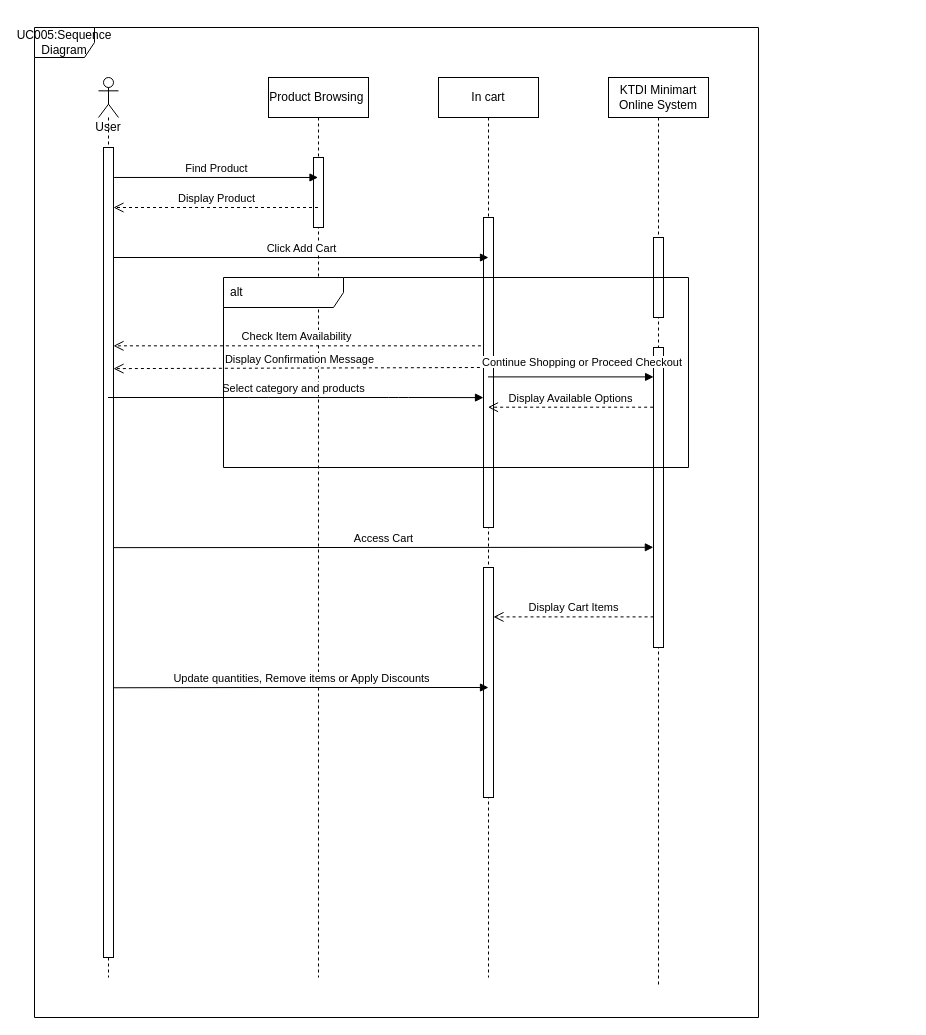
Earlier version of the draw.io diagram proposal/submission/sec02/Allen/UC006/sequence diagram.drawio (drshahizan/software-engineering). Source tidied: cells renumbered, new cells numbered last; positions are measured from the earlier drawing's top-left corner, leaving out a move shared by most shapes. Both pictures are drawn from the tidied source at 100%, with x=0, y=0 at pixel (34, 27).
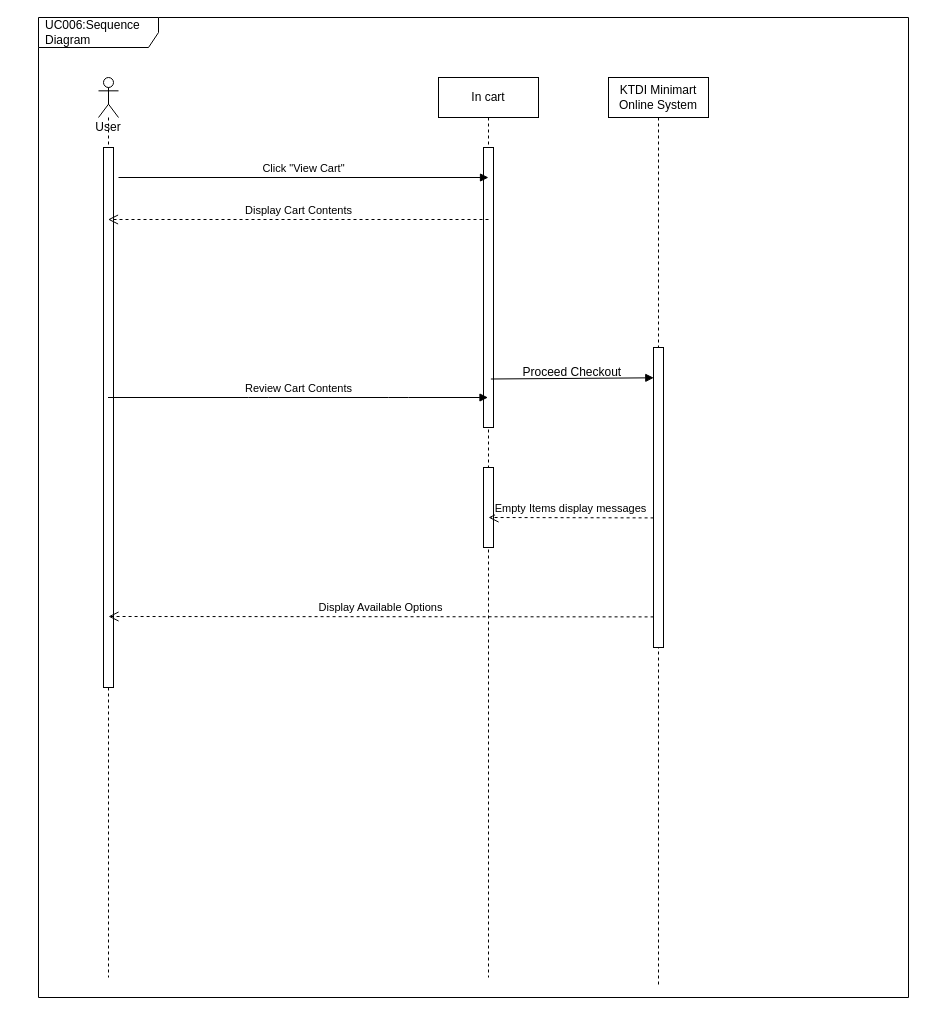
Above is the later version.

The change refers to these unchanged cells:
```xml
<mxCell id="2" value="User" style="shape=umlLifeline;participant=umlActor;perimeter=lifelinePerimeter;whiteSpace=wrap;html=1;verticalAlign=top;spacingTop=36;outlineConnect=0;" parent="1" vertex="1">
  <mxGeometry x="64" y="50" width="20" height="900" as="geometry" />
</mxCell>
<mxCell id="7" value="In cart" style="shape=umlLifeline;perimeter=lifelinePerimeter;whiteSpace=wrap;html=1;outlineConnect=0;" parent="1" vertex="1">
  <mxGeometry x="404" y="50" width="100" height="900" as="geometry" />
</mxCell>
<mxCell id="10" value="KTDI Minimart Online System" style="shape=umlLifeline;perimeter=lifelinePerimeter;whiteSpace=wrap;html=1;" parent="1" vertex="1">
  <mxGeometry x="574" y="50" width="100" height="910" as="geometry" />
</mxCell>
<mxCell id="12" style="html=1;points=[];perimeter=orthogonalPerimeter;" parent="10" vertex="1">
  <mxGeometry x="45" y="270" width="10" height="300" as="geometry" />
</mxCell>
```

What changed in the source:
```diff
@@
     <mxCell id="3" style="html=1;points=[];perimeter=orthogonalPerimeter;" parent="2" vertex="1">
-      <mxGeometry x="5" y="70" width="10" height="810" as="geometry" />
+      <mxGeometry x="5" y="70" width="10" height="540" as="geometry" />
     </mxCell>
-    <mxCell id="4" value="Product Browsing&amp;nbsp;" style="shape=umlLifeline;perimeter=lifelinePerimeter;whiteSpace=wrap;html=1;outlineConnect=0;" parent="1" vertex="1">
-      <mxGeometry x="234" y="50" width="100" height="900" as="geometry" />
-    </mxCell>
-    <mxCell id="5" style="html=1;perimeter=orthogonalPerimeter;" parent="4" vertex="1">
-      <mxGeometry x="45" y="80" width="10" height="70" as="geometry" />
-    </mxCell>
-    <mxCell id="6" value="Display Product" style="html=1;verticalAlign=bottom;endArrow=open;dashed=1;endSize=8;" parent="4" edge="1" source="4">
-      <mxGeometry relative="1" as="geometry">
-        <mxPoint x="-155" y="130" as="targetPoint" />
-      </mxGeometry>
-    </mxCell>
@@
     <mxCell id="8" style="html=1;points=[];perimeter=orthogonalPerimeter;" parent="7" vertex="1">
-      <mxGeometry x="45" y="140" width="10" height="310" as="geometry" />
+      <mxGeometry x="45" y="70" width="10" height="280" as="geometry" />
     </mxCell>
-    <mxCell id="9" style="html=1;points=[];perimeter=orthogonalPerimeter;" parent="7" vertex="1">
-      <mxGeometry x="45" y="490" width="10" height="230" as="geometry" />
-    </mxCell>
+    <mxCell id="26" style="html=1;perimeter=orthogonalPerimeter;" parent="7" vertex="1">
+      <mxGeometry x="45" y="390" width="10" height="80" as="geometry" />
+    </mxCell>
@@
-    <mxCell id="11" style="html=1;perimeter=orthogonalPerimeter;" parent="10" vertex="1">
-      <mxGeometry x="45" y="160" width="10" height="80" as="geometry" />
-    </mxCell>
@@
-    <mxCell id="13" value="Find Product" style="html=1;verticalAlign=bottom;endArrow=block;exitX=1.067;exitY=0.037;exitDx=0;exitDy=0;exitPerimeter=0;" parent="1" edge="1" source="3" target="4">
-      <mxGeometry relative="1" as="geometry" />
+    <mxCell id="13" value="Click &quot;View Cart&quot;" style="html=1;verticalAlign=bottom;endArrow=block;" parent="1" edge="1">
+      <mxGeometry relative="1" as="geometry">
+        <mxPoint x="84" y="150" as="sourcePoint" />
+        <mxPoint x="454" y="150" as="targetPoint" />
+      </mxGeometry>
     </mxCell>
-    <mxCell id="14" value="Click Add Cart" style="html=1;verticalAlign=bottom;endArrow=block;" parent="1" edge="1" source="3">
-      <mxGeometry relative="1" as="geometry">
-        <mxPoint x="454" y="230" as="targetPoint" />
-      </mxGeometry>
-    </mxCell>
-    <mxCell id="15" value="Select category and products&amp;nbsp;&amp;nbsp;" style="html=1;verticalAlign=bottom;endArrow=block;entryX=0;entryY=0.581;entryDx=0;entryDy=0;entryPerimeter=0;" parent="1" edge="1" source="2" target="8">
+    <mxCell id="15" value="Review Cart Contents" style="html=1;verticalAlign=bottom;endArrow=block;" parent="1" edge="1" source="2" target="7">
       <mxGeometry relative="1" as="geometry">
         <Array as="points">
           <mxPoint x="224" y="370" />
           <mxPoint x="364" y="370" />
         </Array>
       </mxGeometry>
     </mxCell>
-    <mxCell id="16" style="html=1;verticalAlign=bottom;endArrow=block;entryX=0.009;entryY=0.098;entryDx=0;entryDy=0;entryPerimeter=0;" parent="1" edge="1" source="7" target="12">
+    <mxCell id="16" style="html=1;verticalAlign=bottom;endArrow=block;exitX=0.524;exitY=0.335;exitDx=0;exitDy=0;exitPerimeter=0;entryX=0.029;entryY=0.101;entryDx=0;entryDy=0;entryPerimeter=0;" parent="1" edge="1" source="7" target="12">
       <mxGeometry x="0.94" y="29" relative="1" as="geometry">
         <mxPoint x="1" as="offset" />
       </mxGeometry>
     </mxCell>
-    <mxCell id="17" value="Check Item Availability" style="html=1;verticalAlign=bottom;endArrow=open;dashed=1;endSize=8;exitX=-0.256;exitY=0.414;exitDx=0;exitDy=0;exitPerimeter=0;" parent="1" edge="1" source="8" target="3">
-      <mxGeometry relative="1" as="geometry" />
-    </mxCell>
-    <mxCell id="18" value="Display Available Options" style="html=1;verticalAlign=bottom;endArrow=open;dashed=1;endSize=8;exitX=-0.036;exitY=0.199;exitDx=0;exitDy=0;exitPerimeter=0;" parent="1" edge="1" source="12" target="7">
-      <mxGeometry relative="1" as="geometry" />
-    </mxCell>
-    <mxCell id="19" value="Access Cart" style="html=1;verticalAlign=bottom;endArrow=block;exitX=1.005;exitY=0.494;exitDx=0;exitDy=0;exitPerimeter=0;entryX=-0.014;entryY=0.666;entryDx=0;entryDy=0;entryPerimeter=0;" parent="1" edge="1" source="3" target="12">
-      <mxGeometry relative="1" as="geometry" />
-    </mxCell>
-    <mxCell id="20" value="Display Cart Items" style="html=1;verticalAlign=bottom;endArrow=open;dashed=1;endSize=8;exitX=0.009;exitY=0.898;exitDx=0;exitDy=0;exitPerimeter=0;" parent="1" edge="1" source="12" target="9">
-      <mxGeometry relative="1" as="geometry" />
+    <mxCell id="20" value="Display Available Options" style="html=1;verticalAlign=bottom;endArrow=open;dashed=1;endSize=8;exitX=0.009;exitY=0.898;exitDx=0;exitDy=0;exitPerimeter=0;" parent="1" edge="1" source="12">
+      <mxGeometry relative="1" as="geometry">
+        <mxPoint x="74" y="589" as="targetPoint" />
+      </mxGeometry>
     </mxCell>
-    <mxCell id="21" value="Display Confirmation Message" style="html=1;verticalAlign=bottom;endArrow=open;dashed=1;endSize=8;exitX=-0.256;exitY=0.414;exitDx=0;exitDy=0;exitPerimeter=0;entryX=1;entryY=0.273;entryDx=0;entryDy=0;entryPerimeter=0;" parent="1" edge="1" target="3">
-      <mxGeometry relative="1" as="geometry">
-        <mxPoint x="451.4" y="340" as="sourcePoint" />
-      </mxGeometry>
-    </mxCell>
-    <mxCell id="22" value="&lt;span style=&quot;font-size: 11px; background-color: rgb(255, 255, 255);&quot;&gt;Continue Shopping or Proceed Checkout&amp;nbsp;&lt;/span&gt;" style="text;html=1;align=center;verticalAlign=middle;strokeColor=none;fillColor=none;" parent="1" vertex="1">
-      <mxGeometry x="434" y="320" width="230" height="30" as="geometry" />
-    </mxCell>
-    <mxCell id="23" value="Update quantities, Remove items or Apply Discounts" style="html=1;verticalAlign=bottom;endArrow=block;exitX=1;exitY=0.667;exitDx=0;exitDy=0;exitPerimeter=0;" parent="1" edge="1" source="3">
-      <mxGeometry relative="1" as="geometry">
-        <mxPoint x="454" y="660" as="targetPoint" />
-        <Array as="points">
-          <mxPoint x="234.5" y="660" />
-          <mxPoint x="374.5" y="660" />
-        </Array>
-      </mxGeometry>
-    </mxCell>
-    <mxCell id="24" value="alt" style="shape=umlFrame;whiteSpace=wrap;html=1;width=120;height=30;boundedLbl=1;verticalAlign=middle;align=left;spacingLeft=5;" parent="1" vertex="1">
-      <mxGeometry x="189" y="250" width="465" height="190" as="geometry" />
-    </mxCell>
-    <mxCell id="25" value="UC005:Sequence Diagram" style="shape=umlFrame;whiteSpace=wrap;html=1;" parent="1" vertex="1">
-      <mxGeometry width="724" height="990" as="geometry" />
+    <mxCell id="25" value="Display Cart Contents" style="html=1;verticalAlign=bottom;endArrow=open;dashed=1;endSize=8;" parent="1" edge="1" target="2">
+      <mxGeometry relative="1" as="geometry">
+        <mxPoint x="454" y="192" as="sourcePoint" />
+      </mxGeometry>
     </mxCell>
+    <mxCell id="27" value="Proceed Checkout&amp;nbsp;" style="text;html=1;align=center;verticalAlign=middle;strokeColor=none;fillColor=none;" parent="1" vertex="1">
+      <mxGeometry x="474" y="330" width="130" height="30" as="geometry" />
+    </mxCell>
+    <mxCell id="28" value="Empty Items display messages" style="html=1;verticalAlign=bottom;endArrow=open;dashed=1;endSize=8;exitX=0.009;exitY=0.898;exitDx=0;exitDy=0;exitPerimeter=0;" parent="1" edge="1">
+      <mxGeometry relative="1" as="geometry">
+        <mxPoint x="619.1" y="490.4" as="sourcePoint" />
+        <mxPoint x="454" y="490" as="targetPoint" />
+      </mxGeometry>
+    </mxCell>
+    <mxCell id="29" value="UC006:Sequence Diagram" style="shape=umlFrame;whiteSpace=wrap;html=1;width=120;height=30;boundedLbl=1;verticalAlign=middle;align=left;spacingLeft=5;" parent="1" vertex="1">
+      <mxGeometry x="4" y="-10" width="870" height="980" as="geometry" />
+    </mxCell>
```
